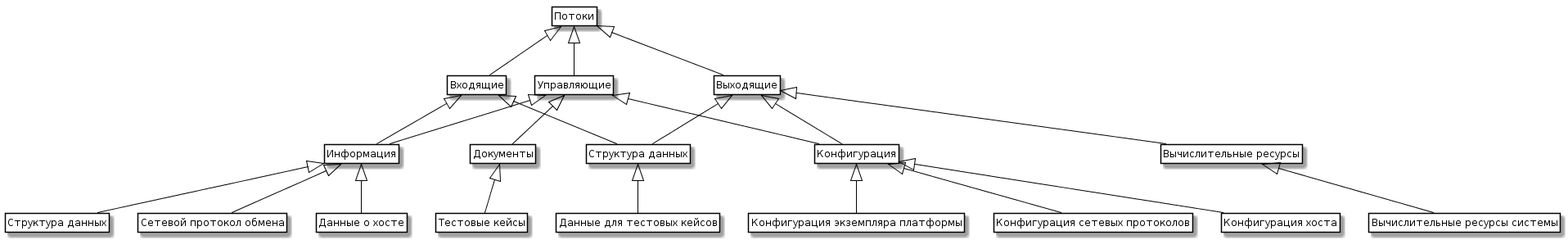
Above: kursovaya/uml-1.png in VLBond007/VLBond007 (PlantUML), before the change. The source it was exported from:
```plantuml
@startuml
skinparam class {
	BackgroundColor White
	ArrowColor Black
	BorderColor Black
}

class dataFlow as "Потоки"

class inbound as "Входящие"
class control as "Управляющие"
class outbound as "Выходящие"

class info as "Информация"
class configuration as "Конфигурация"
class dataStructure as "Структура данных"
class resource as "Вычислительные ресурсы"
class doc as "Документы"

class A1 as "Тестовые кейсы"
class B1 as "Конфигурация экземпляра платформы"
class B2 as "Конфигурация сетевых протоколов"
class B3 as "Конфигурация хоста"
class C1 as "Структура данных"
class C2 as "Сетевой протокол обмена"
class C3 as "Данные о хосте"
class E1 as "Данные для тестовых кейсов"
class F1 as "Вычислительные ресурсы системы"

dataFlow <|-- inbound
dataFlow <|-- control
dataFlow <|-- outbound

inbound <|-- info
inbound <|-- dataStructure
control <|-- doc
control <|-- info
control <|-- configuration
outbound <|-- configuration
outbound <|-- dataStructure
outbound <|-- resource

info <|-- C1
info <|-- C2
info <|-- C3
dataStructure <|-- E1
resource <|-- F1
configuration <|-- B1
configuration <|-- B2
configuration <|-- B3
doc <|-- A1

hide members
hide circle
hide methods
@enduml
```
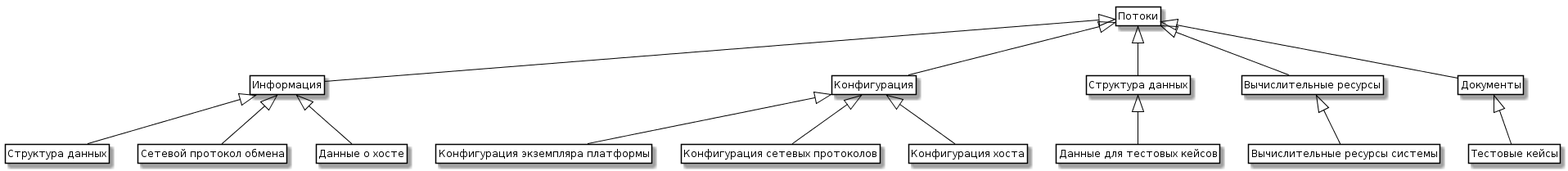
The same diagram one commit later.

What changed in the source:
```diff
@@ -6,10 +6,6 @@
 }
 
 class dataFlow as "Потоки"
-
-class inbound as "Входящие"
-class control as "Управляющие"
-class outbound as "Выходящие"
 
 class info as "Информация"
 class configuration as "Конфигурация"
@@ -27,18 +23,12 @@
 class E1 as "Данные для тестовых кейсов"
 class F1 as "Вычислительные ресурсы системы"
 
-dataFlow <|-- inbound
-dataFlow <|-- control
-dataFlow <|-- outbound
 
-inbound <|-- info
-inbound <|-- dataStructure
-control <|-- doc
-control <|-- info
-control <|-- configuration
-outbound <|-- configuration
-outbound <|-- dataStructure
-outbound <|-- resource
+dataFlow <|-- info
+dataFlow <|-- doc
+dataFlow <|-- configuration
+dataFlow <|-- dataStructure
+dataFlow <|-- resource
 
 info <|-- C1
 info <|-- C2
```
